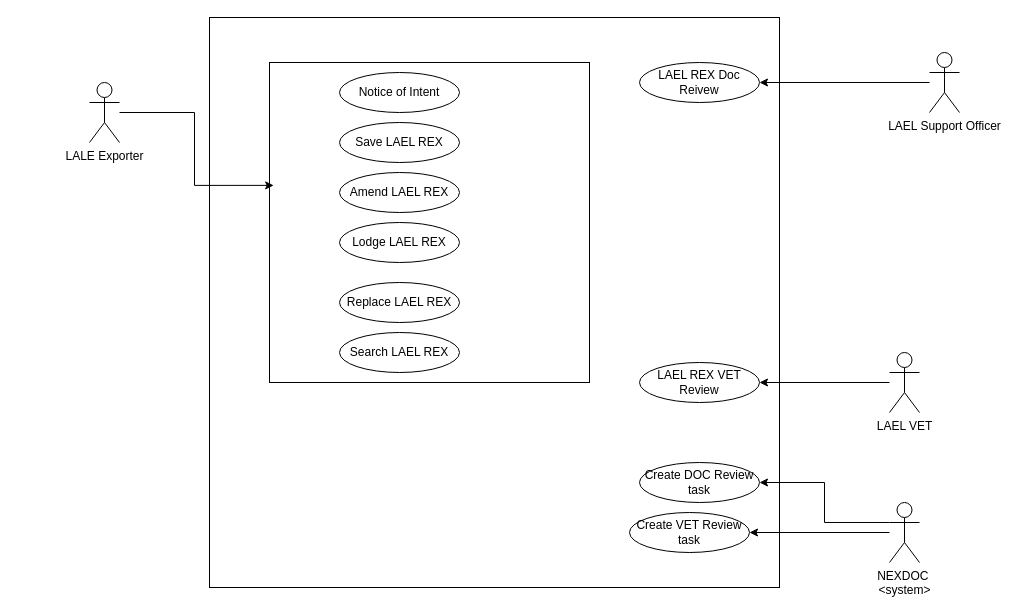
Above: UseCasesAndActors.drawio in ajithmjose/deleteme (draw.io), before the change. Source tidied: cells renumbered, new cells numbered last; positions are measured from the earlier drawing's top-left corner, leaving out a move shared by most shapes. Both pictures are drawn from the tidied source at 100%, with x=0, y=0 at pixel (89, 17).
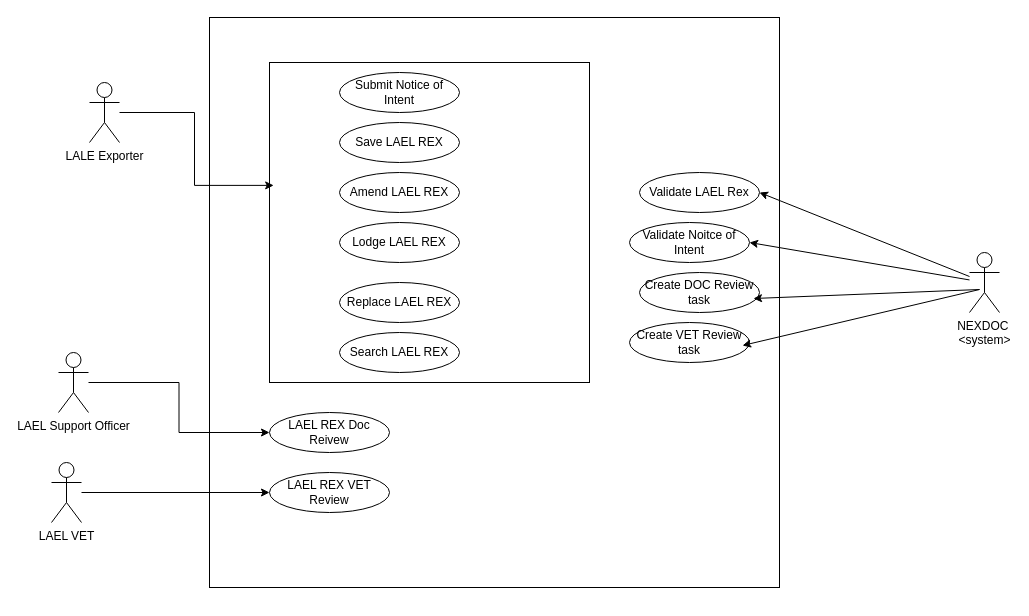
The same diagram, later.

The change refers to these unchanged cells:
```xml
<mxCell id="10" style="group;" parent="1" vertex="1">
  <mxGeometry x="180" y="45" width="320" height="320" as="geometry" />
</mxCell>
```

The edit, as a diff of the source:
```diff
@@
     <mxCell id="5" value="LAEL VET" style="shape=umlActor;verticalLabelPosition=bottom;verticalAlign=top;html=1;outlineConnect=0;" parent="1" vertex="1">
-      <mxGeometry x="800" y="335" width="30" height="60" as="geometry" />
+      <mxGeometry x="-38" y="445" width="30" height="60" as="geometry" />
     </mxCell>
-    <mxCell id="6" style="edgeStyle=orthogonalEdgeStyle;rounded=0;jettySize=auto;html=1;entryX=1;entryY=0.5;entryDx=0;entryDy=0;" parent="1" edge="1" source="7" target="8">
+    <mxCell id="6" style="edgeStyle=orthogonalEdgeStyle;rounded=0;jettySize=auto;html=1;entryX=0;entryY=0.5;entryDx=0;entryDy=0;" parent="1" edge="1" source="7" target="8">
       <mxGeometry relative="1" as="geometry" />
     </mxCell>
     <mxCell id="7" value="LAEL Support Officer" style="shape=umlActor;verticalLabelPosition=bottom;verticalAlign=top;html=1;outlineConnect=0;" parent="1" vertex="1">
-      <mxGeometry x="840" y="35" width="30" height="60" as="geometry" />
+      <mxGeometry x="-31" y="335" width="30" height="60" as="geometry" />
     </mxCell>
     <mxCell id="8" value="LAEL REX Doc Reivew" style="ellipse;whiteSpace=wrap;html=1;" parent="1" vertex="1">
-      <mxGeometry x="550" y="45" width="120" height="40" as="geometry" />
+      <mxGeometry x="180" y="395" width="120" height="40" as="geometry" />
     </mxCell>
     <mxCell id="9" value="LAEL REX VET Review" style="ellipse;whiteSpace=wrap;html=1;" parent="1" vertex="1">
-      <mxGeometry x="550" y="345" width="120" height="40" as="geometry" />
+      <mxGeometry x="180" y="455" width="120" height="40" as="geometry" />
     </mxCell>
@@
-    <mxCell id="12" value="Notice of Intent" style="ellipse;whiteSpace=wrap;html=1;" parent="10" vertex="1">
+    <mxCell id="12" value="Submit Notice of Intent" style="ellipse;whiteSpace=wrap;html=1;" parent="10" vertex="1">
       <mxGeometry x="70" y="10" width="120" height="40" as="geometry" />
     </mxCell>
@@
-    <mxCell id="19" style="edgeStyle=orthogonalEdgeStyle;rounded=0;jettySize=auto;html=1;" parent="1" edge="1" source="21" target="22">
-      <mxGeometry relative="1" as="geometry" />
-    </mxCell>
-    <mxCell id="20" style="edgeStyle=orthogonalEdgeStyle;rounded=0;jettySize=auto;html=1;exitX=0;exitY=0.3333333333333333;exitDx=0;exitDy=0;exitPerimeter=0;" parent="1" edge="1" source="21" target="23">
-      <mxGeometry relative="1" as="geometry" />
-    </mxCell>
     <mxCell id="21" value="NEXDOC&amp;nbsp;&lt;div&gt;&amp;lt;system&amp;gt;&lt;/div&gt;" style="shape=umlActor;verticalLabelPosition=bottom;verticalAlign=top;html=1;outlineConnect=0;" parent="1" vertex="1">
-      <mxGeometry x="800" y="485" width="30" height="60" as="geometry" />
+      <mxGeometry x="880" y="235" width="30" height="60" as="geometry" />
     </mxCell>
     <mxCell id="22" value="Create VET Review task" style="ellipse;whiteSpace=wrap;html=1;" parent="1" vertex="1">
-      <mxGeometry x="540" y="495" width="120" height="40" as="geometry" />
+      <mxGeometry x="540" y="305" width="120" height="40" as="geometry" />
     </mxCell>
     <mxCell id="23" value="Create DOC Review task" style="ellipse;whiteSpace=wrap;html=1;" parent="1" vertex="1">
-      <mxGeometry x="550" y="445" width="120" height="40" as="geometry" />
+      <mxGeometry x="550" y="255" width="120" height="40" as="geometry" />
     </mxCell>
+    <mxCell id="24" value="Validate Noitce of Intent" style="ellipse;whiteSpace=wrap;html=1;" parent="1" vertex="1">
+      <mxGeometry x="540" y="205" width="120" height="40" as="geometry" />
+    </mxCell>
+    <mxCell id="25" value="Validate LAEL Rex" style="ellipse;whiteSpace=wrap;html=1;" parent="1" vertex="1">
+      <mxGeometry x="550" y="155" width="120" height="40" as="geometry" />
+    </mxCell>
+    <mxCell id="26" style="endArrow=classic;html=1;rounded=0;entryX=1;entryY=0.5;entryDx=0;entryDy=0;" parent="1" edge="1" source="21" target="25">
+      <mxGeometry relative="1" as="geometry" />
+    </mxCell>
+    <mxCell id="27" style="endArrow=classic;html=1;rounded=0;entryX=1;entryY=0.5;entryDx=0;entryDy=0;" parent="1" edge="1" source="21" target="24">
+      <mxGeometry relative="1" as="geometry" />
+    </mxCell>
+    <mxCell id="28" style="endArrow=classic;html=1;rounded=0;entryX=0.95;entryY=0.65;entryDx=0;entryDy=0;entryPerimeter=0;" parent="1" edge="1" target="23">
+      <mxGeometry relative="1" as="geometry">
+        <mxPoint x="890" y="272" as="sourcePoint" />
+      </mxGeometry>
+    </mxCell>
+    <mxCell id="29" style="endArrow=classic;html=1;rounded=0;entryX=0.942;entryY=0.575;entryDx=0;entryDy=0;entryPerimeter=0;" parent="1" edge="1" target="22">
+      <mxGeometry relative="1" as="geometry">
+        <mxPoint x="890" y="272" as="sourcePoint" />
+      </mxGeometry>
+    </mxCell>
```
